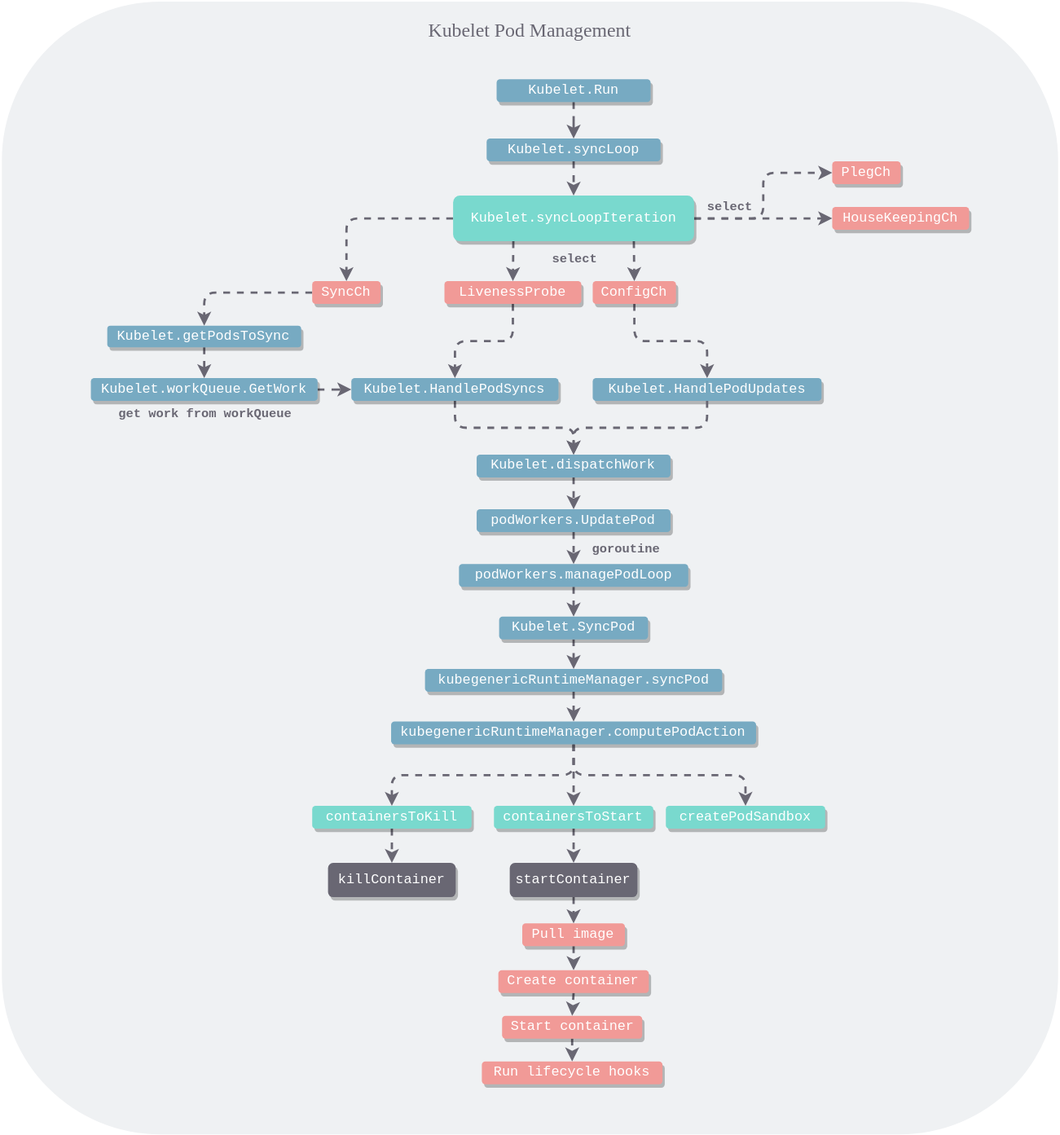
This is graphs/kubelet/kubelet.svg from Okabe-Rintarou-0/K8s-Source-Code-Structure, a draw.io export, as it was before one commit. Source tidied: cells renumbered, new cells last; positions are measured from the earlier drawing's top-left corner, leaving out a move shared by most shapes.
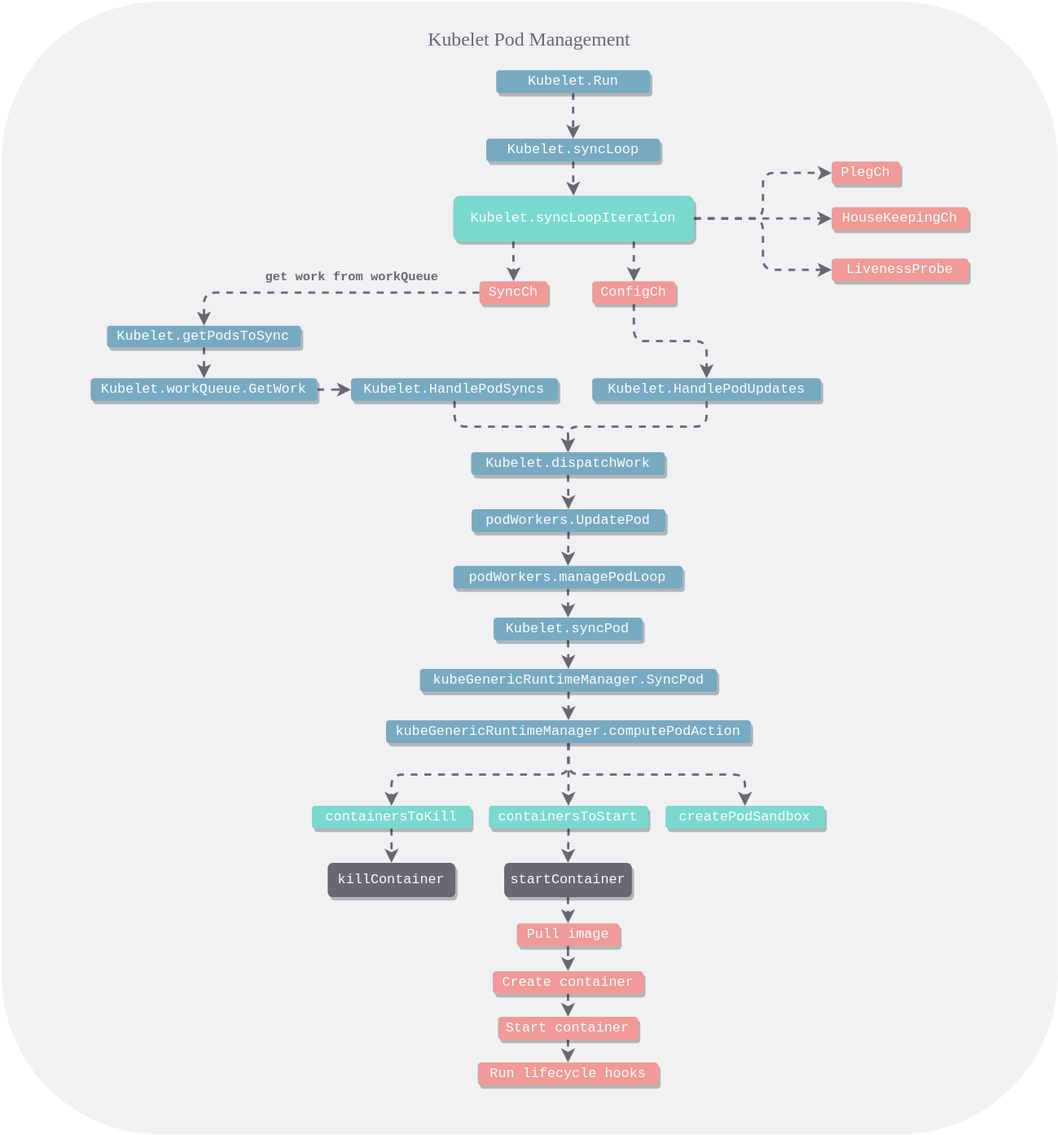
Later version of the same file.

Commit message:
fix: fix little problems of kubelet.svg

Diff of the diagram source:
```diff
@@ -6,13 +6,13 @@
       <mxGeometry width="926" height="993" as="geometry" />
     </mxCell>
     <mxCell id="3" value="&lt;font face=&quot;Comic Sans MS&quot; style=&quot;font-size: 17px&quot;&gt;&lt;font color=&quot;#696773&quot;&gt;Kubelet Pod Management&lt;/font&gt;&lt;br&gt;&lt;/font&gt;" style="text;html=1;strokeColor=none;fillColor=none;align=center;verticalAlign=middle;whiteSpace=wrap;rounded=0;" parent="1" vertex="1">
-      <mxGeometry x="353" y="16" width="220" height="20" as="geometry" />
+      <mxGeometry x="353" y="24" width="220" height="20" as="geometry" />
     </mxCell>
     <mxCell id="4" style="edgeStyle=orthogonalEdgeStyle;rounded=1;jettySize=auto;html=1;entryX=0.5;entryY=0;entryDx=0;entryDy=0;strokeColor=#696773;strokeWidth=2;dashed=1;" parent="1" edge="1" source="5" target="7">
       <mxGeometry relative="1" as="geometry" />
     </mxCell>
     <mxCell id="5" value="&lt;font color=&quot;#ffffff&quot; face=&quot;Courier New&quot;&gt;Kubelet.Run&lt;/font&gt;" style="rounded=1;whiteSpace=wrap;html=1;fillColor=#77aac2;strokeColor=none;shadow=1;glass=0;comic=0;gradientColor=none;fontFamily=Courier New;fontColor=#FFFFFF;" parent="1" vertex="1">
-      <mxGeometry x="433.7" y="68" width="135" height="20" as="geometry" />
+      <mxGeometry x="433.7" y="60" width="135" height="20" as="geometry" />
     </mxCell>
     <mxCell id="6" style="edgeStyle=orthogonalEdgeStyle;rounded=1;jettySize=auto;html=1;entryX=0.5;entryY=0;entryDx=0;entryDy=0;strokeColor=#696773;strokeWidth=2;dashed=1;" parent="1" edge="1" source="7" target="13">
       <mxGeometry relative="1" as="geometry" />
@@ -20,6 +20,9 @@
     <mxCell id="7" value="&lt;font color=&quot;#ffffff&quot; face=&quot;Courier New&quot;&gt;Kubelet.syncLoop&lt;/font&gt;" style="rounded=1;whiteSpace=wrap;html=1;fillColor=#77aac2;strokeColor=none;shadow=1;glass=0;comic=0;gradientColor=none;fontFamily=Courier New;fontColor=#FFFFFF;" parent="1" vertex="1">
       <mxGeometry x="425" y="120" width="152.5" height="20" as="geometry" />
     </mxCell>
+    <mxCell id="11" style="edgeStyle=orthogonalEdgeStyle;rounded=1;jettySize=auto;html=1;exitX=0.25;exitY=1;exitDx=0;exitDy=0;entryX=0.5;entryY=0;entryDx=0;entryDy=0;strokeColor=#696773;strokeWidth=2;dashed=1;" parent="1" edge="1" source="13" target="25">
+      <mxGeometry relative="1" as="geometry" />
+    </mxCell>
     <mxCell id="8" style="edgeStyle=orthogonalEdgeStyle;rounded=1;jettySize=auto;html=1;exitX=0.75;exitY=1;exitDx=0;exitDy=0;entryX=0.5;entryY=0;entryDx=0;entryDy=0;strokeColor=#696773;strokeWidth=2;dashed=1;" parent="1" edge="1" source="13" target="23">
       <mxGeometry relative="1" as="geometry" />
     </mxCell>
@@ -29,14 +32,11 @@
     <mxCell id="10" style="edgeStyle=orthogonalEdgeStyle;rounded=1;jettySize=auto;html=1;exitX=1;exitY=0.5;exitDx=0;exitDy=0;entryX=0;entryY=0.5;entryDx=0;entryDy=0;strokeColor=#696773;strokeWidth=2;dashed=1;" parent="1" edge="1" source="13" target="18">
       <mxGeometry relative="1" as="geometry" />
     </mxCell>
-    <mxCell id="11" style="edgeStyle=orthogonalEdgeStyle;rounded=1;jettySize=auto;html=1;exitX=0;exitY=0.5;exitDx=0;exitDy=0;entryX=0.5;entryY=0;entryDx=0;entryDy=0;strokeColor=#696773;strokeWidth=2;dashed=1;" parent="1" edge="1" source="13" target="25">
-      <mxGeometry relative="1" as="geometry" />
-    </mxCell>
-    <mxCell id="12" style="edgeStyle=orthogonalEdgeStyle;rounded=1;jettySize=auto;html=1;exitX=0.25;exitY=1;exitDx=0;exitDy=0;entryX=0.5;entryY=0;entryDx=0;entryDy=0;strokeColor=#696773;strokeWidth=2;dashed=1;" parent="1" edge="1" source="13" target="20">
+    <mxCell id="12" style="edgeStyle=orthogonalEdgeStyle;rounded=1;jettySize=auto;html=1;exitX=1;exitY=0.5;exitDx=0;exitDy=0;entryX=0;entryY=0.5;entryDx=0;entryDy=0;strokeColor=#696773;strokeWidth=2;dashed=1;" parent="1" edge="1" source="13" target="20">
       <mxGeometry relative="1" as="geometry" />
     </mxCell>
     <mxCell id="13" value="&lt;font color=&quot;#ffffff&quot; face=&quot;Courier New&quot;&gt;Kubelet.syncLoopIteration&lt;/font&gt;" style="rounded=1;whiteSpace=wrap;html=1;fillColor=#79d9ce;strokeColor=none;shadow=1;glass=0;comic=0;gradientColor=none;fontFamily=Courier New;fontColor=#FFFFFF;" parent="1" vertex="1">
-      <mxGeometry x="395.6" y="170" width="211.2" height="40" as="geometry" />
+      <mxGeometry x="396" y="170" width="211.2" height="40" as="geometry" />
     </mxCell>
     <mxCell id="14" value="&lt;font color=&quot;#ffffff&quot; face=&quot;Courier New&quot;&gt;Kubelet.HandlePodUpdates&lt;/font&gt;" style="rounded=1;whiteSpace=wrap;html=1;fillColor=#77aac2;strokeColor=none;shadow=1;glass=0;comic=0;gradientColor=none;fontFamily=Courier New;fontColor=#FFFFFF;" parent="1" vertex="1">
       <mxGeometry x="518" y="330" width="200.6" height="20" as="geometry" />
@@ -45,7 +45,7 @@
       <mxGeometry relative="1" as="geometry" />
     </mxCell>
     <mxCell id="16" value="&lt;font color=&quot;#ffffff&quot; face=&quot;Courier New&quot;&gt;Kubelet.dispatchWork&lt;/font&gt;" style="rounded=1;whiteSpace=wrap;html=1;fillColor=#77aac2;strokeColor=none;shadow=1;glass=0;comic=0;gradientColor=none;fontFamily=Courier New;fontColor=#FFFFFF;" parent="1" vertex="1">
-      <mxGeometry x="416.2" y="397" width="170" height="20" as="geometry" />
+      <mxGeometry x="411.7" y="395" width="170" height="20" as="geometry" />
     </mxCell>
     <mxCell id="17" style="edgeStyle=orthogonalEdgeStyle;rounded=1;jettySize=auto;html=1;strokeColor=#696773;strokeWidth=2;dashed=1;exitX=0.5;exitY=1;exitDx=0;exitDy=0;entryX=0.5;entryY=0;entryDx=0;entryDy=0;" parent="1" edge="1" source="14" target="16">
       <mxGeometry relative="1" as="geometry" />
@@ -53,11 +53,8 @@
     <mxCell id="18" value="PlegCh" style="rounded=1;whiteSpace=wrap;html=1;fillColor=#f19a97;strokeColor=none;shadow=1;glass=0;comic=0;gradientColor=none;fontFamily=Courier New;fontColor=#FFFFFF;" parent="1" vertex="1">
       <mxGeometry x="728" y="140" width="60" height="20" as="geometry" />
     </mxCell>
-    <mxCell id="19" style="edgeStyle=orthogonalEdgeStyle;rounded=1;jettySize=auto;html=1;exitX=0.5;exitY=1;exitDx=0;exitDy=0;entryX=0.5;entryY=0;entryDx=0;entryDy=0;strokeColor=#696773;strokeWidth=2;dashed=1;" parent="1" edge="1" source="20" target="35">
-      <mxGeometry relative="1" as="geometry" />
-    </mxCell>
     <mxCell id="20" value="LivenessProbe" style="rounded=1;whiteSpace=wrap;html=1;fillColor=#f19a97;strokeColor=none;shadow=1;glass=0;comic=0;gradientColor=none;fontFamily=Courier New;fontColor=#FFFFFF;" parent="1" vertex="1">
-      <mxGeometry x="388" y="245" width="120" height="20" as="geometry" />
+      <mxGeometry x="728" y="225" width="120" height="20" as="geometry" />
     </mxCell>
     <mxCell id="21" value="HouseKeepingCh" style="rounded=1;whiteSpace=wrap;html=1;fillColor=#f19a97;strokeColor=none;shadow=1;glass=0;comic=0;gradientColor=none;fontFamily=Courier New;fontColor=#FFFFFF;" parent="1" vertex="1">
       <mxGeometry x="728" y="180" width="120" height="20" as="geometry" />
@@ -72,19 +69,19 @@
       <mxGeometry relative="1" as="geometry" />
     </mxCell>
     <mxCell id="25" value="SyncCh" style="rounded=1;whiteSpace=wrap;html=1;fillColor=#f19a97;strokeColor=none;shadow=1;glass=0;comic=0;gradientColor=none;fontFamily=Courier New;fontColor=#FFFFFF;" parent="1" vertex="1">
-      <mxGeometry x="272.1" y="245" width="60" height="20" as="geometry" />
+      <mxGeometry x="419" y="245" width="60" height="20" as="geometry" />
     </mxCell>
     <mxCell id="26" style="edgeStyle=orthogonalEdgeStyle;rounded=1;jettySize=auto;html=1;exitX=0.5;exitY=1;exitDx=0;exitDy=0;entryX=0.5;entryY=0;entryDx=0;entryDy=0;strokeColor=#696773;strokeWidth=2;dashed=1;" parent="1" edge="1" source="27" target="29">
       <mxGeometry relative="1" as="geometry" />
     </mxCell>
     <mxCell id="27" value="podWorkers.UpdatePod" style="rounded=1;whiteSpace=wrap;html=1;fillColor=#77aac2;strokeColor=none;shadow=1;glass=0;comic=0;gradientColor=none;fontFamily=Courier New;fontColor=#FFFFFF;" parent="1" vertex="1">
-      <mxGeometry x="416.2" y="445" width="170" height="20" as="geometry" />
+      <mxGeometry x="412.1" y="445" width="170" height="20" as="geometry" />
     </mxCell>
     <mxCell id="28" style="edgeStyle=orthogonalEdgeStyle;rounded=1;jettySize=auto;html=1;exitX=0.5;exitY=1;exitDx=0;exitDy=0;entryX=0.5;entryY=0;entryDx=0;entryDy=0;strokeColor=#696773;strokeWidth=2;dashed=1;" parent="1" edge="1" source="29" target="37">
       <mxGeometry relative="1" as="geometry" />
     </mxCell>
     <mxCell id="29" value="podWorkers.managePodLoop" style="rounded=1;whiteSpace=wrap;html=1;fillColor=#77aac2;strokeColor=none;shadow=1;glass=0;comic=0;gradientColor=none;fontFamily=Courier New;fontColor=#FFFFFF;" parent="1" vertex="1">
-      <mxGeometry x="400.7" y="493" width="201" height="20" as="geometry" />
+      <mxGeometry x="396.2" y="494.5" width="201" height="20" as="geometry" />
     </mxCell>
     <mxCell id="30" style="edgeStyle=orthogonalEdgeStyle;rounded=1;jettySize=auto;html=1;exitX=0.5;exitY=1;exitDx=0;exitDy=0;entryX=0.5;entryY=0;entryDx=0;entryDy=0;strokeColor=#696773;strokeWidth=2;dashed=1;" parent="1" edge="1" source="31" target="33">
       <mxGeometry relative="1" as="geometry" />
@@ -107,14 +104,14 @@
     <mxCell id="36" style="edgeStyle=orthogonalEdgeStyle;rounded=1;jettySize=auto;html=1;exitX=0.5;exitY=1;exitDx=0;exitDy=0;entryX=0.5;entryY=0;entryDx=0;entryDy=0;strokeColor=#696773;strokeWidth=2;dashed=1;" parent="1" edge="1" source="37" target="39">
       <mxGeometry relative="1" as="geometry" />
     </mxCell>
-    <mxCell id="37" value="Kubelet.SyncPod" style="rounded=1;whiteSpace=wrap;html=1;fillColor=#77aac2;strokeColor=none;shadow=1;glass=0;comic=0;gradientColor=none;fontFamily=Courier New;fontColor=#FFFFFF;" parent="1" vertex="1">
-      <mxGeometry x="435.9" y="539" width="130.6" height="20" as="geometry" />
+    <mxCell id="37" value="Kubelet.syncPod" style="rounded=1;whiteSpace=wrap;html=1;fillColor=#77aac2;strokeColor=none;shadow=1;glass=0;comic=0;gradientColor=none;fontFamily=Courier New;fontColor=#FFFFFF;" parent="1" vertex="1">
+      <mxGeometry x="431.5" y="540" width="130.6" height="20" as="geometry" />
     </mxCell>
     <mxCell id="38" style="edgeStyle=orthogonalEdgeStyle;rounded=1;jettySize=auto;html=1;exitX=0.5;exitY=1;exitDx=0;exitDy=0;entryX=0.5;entryY=0;entryDx=0;entryDy=0;strokeColor=#696773;strokeWidth=2;dashed=1;" parent="1" edge="1" source="39" target="43">
       <mxGeometry relative="1" as="geometry" />
     </mxCell>
-    <mxCell id="39" value="kubegenericRuntimeManager.syncPod" style="rounded=1;whiteSpace=wrap;html=1;fillColor=#77aac2;strokeColor=none;shadow=1;glass=0;comic=0;gradientColor=none;fontFamily=Courier New;fontColor=#FFFFFF;" parent="1" vertex="1">
-      <mxGeometry x="370.9" y="585" width="260.6" height="20" as="geometry" />
+    <mxCell id="39" value="kubeGenericRuntimeManager.SyncPod" style="rounded=1;whiteSpace=wrap;html=1;fillColor=#77aac2;strokeColor=none;shadow=1;glass=0;comic=0;gradientColor=none;fontFamily=Courier New;fontColor=#FFFFFF;" parent="1" vertex="1">
+      <mxGeometry x="366.8" y="585" width="260.6" height="20" as="geometry" />
     </mxCell>
     <mxCell id="40" style="edgeStyle=orthogonalEdgeStyle;rounded=1;jettySize=auto;html=1;exitX=0.5;exitY=1;exitDx=0;exitDy=0;entryX=0.5;entryY=0;entryDx=0;entryDy=0;strokeColor=#696773;strokeWidth=2;dashed=1;" parent="1" edge="1" source="43" target="47">
       <mxGeometry relative="1" as="geometry" />
@@ -125,8 +122,8 @@
     <mxCell id="42" style="edgeStyle=orthogonalEdgeStyle;rounded=1;jettySize=auto;html=1;exitX=0.5;exitY=1;exitDx=0;exitDy=0;entryX=0.5;entryY=0;entryDx=0;entryDy=0;strokeColor=#696773;strokeWidth=2;dashed=1;" parent="1" edge="1" source="43" target="48">
       <mxGeometry relative="1" as="geometry" />
     </mxCell>
-    <mxCell id="43" value="kubegenericRuntimeManager.computePodAction" style="rounded=1;whiteSpace=wrap;html=1;fillColor=#77aac2;strokeColor=none;shadow=1;glass=0;comic=0;gradientColor=none;fontFamily=Courier New;fontColor=#FFFFFF;" parent="1" vertex="1">
-      <mxGeometry x="341.2" y="631" width="320" height="20" as="geometry" />
+    <mxCell id="43" value="kubeGenericRuntimeManager.computePodAction" style="rounded=1;whiteSpace=wrap;html=1;fillColor=#77aac2;strokeColor=none;shadow=1;glass=0;comic=0;gradientColor=none;fontFamily=Courier New;fontColor=#FFFFFF;" parent="1" vertex="1">
+      <mxGeometry x="337.1" y="630" width="320" height="20" as="geometry" />
     </mxCell>
     <mxCell id="44" style="edgeStyle=orthogonalEdgeStyle;rounded=1;jettySize=auto;html=1;exitX=0.5;exitY=1;exitDx=0;exitDy=0;entryX=0.5;entryY=0;entryDx=0;entryDy=0;strokeColor=#696773;strokeWidth=2;dashed=1;" parent="1" edge="1" source="45" target="49">
       <mxGeometry relative="1" as="geometry" />
@@ -138,7 +135,7 @@
       <mxGeometry relative="1" as="geometry" />
     </mxCell>
     <mxCell id="47" value="containersToStart" style="rounded=1;whiteSpace=wrap;html=1;fillColor=#79d9ce;strokeColor=none;shadow=1;glass=0;comic=0;gradientColor=none;fontFamily=Courier New;fontColor=#FFFFFF;" parent="1" vertex="1">
-      <mxGeometry x="431.4" y="705" width="139.7" height="20" as="geometry" />
+      <mxGeometry x="427.3" y="705" width="139.7" height="20" as="geometry" />
     </mxCell>
     <mxCell id="48" value="createPodSandbox" style="rounded=1;whiteSpace=wrap;html=1;fillColor=#79d9ce;strokeColor=none;shadow=1;glass=0;comic=0;gradientColor=none;fontFamily=Courier New;fontColor=#FFFFFF;" parent="1" vertex="1">
       <mxGeometry x="582.1" y="705" width="139.7" height="20" as="geometry" />
@@ -150,46 +147,31 @@
       <mxGeometry relative="1" as="geometry" />
     </mxCell>
     <mxCell id="51" value="startContainer" style="rounded=1;whiteSpace=wrap;html=1;fillColor=#696773;strokeColor=none;shadow=1;glass=0;comic=0;gradientColor=none;fontFamily=Courier New;fontColor=#FFFFFF;" parent="1" vertex="1">
-      <mxGeometry x="445.2" y="755" width="112" height="30" as="geometry" />
+      <mxGeometry x="440.8" y="755" width="112" height="30" as="geometry" />
     </mxCell>
-    <mxCell id="52" style="edgeStyle=orthogonalEdgeStyle;rounded=1;jettySize=auto;html=1;exitX=0.5;exitY=1;exitDx=0;exitDy=0;entryX=0.5;entryY=0;entryDx=0;entryDy=0;strokeColor=#696773;strokeWidth=2;dashed=1;" parent="1" edge="1" source="53" target="55">
+    <mxCell id="52" style="edgeStyle=orthogonalEdgeStyle;rounded=1;jettySize=auto;html=1;entryX=0.5;entryY=0;entryDx=0;entryDy=0;strokeColor=#696773;strokeWidth=2;dashed=1;" parent="1" edge="1" source="53" target="55">
       <mxGeometry relative="1" as="geometry" />
     </mxCell>
     <mxCell id="53" value="Pull image" style="rounded=1;whiteSpace=wrap;html=1;fillColor=#f19a97;strokeColor=none;shadow=1;glass=0;comic=0;gradientColor=none;fontFamily=Courier New;fontColor=#FFFFFF;" parent="1" vertex="1">
-      <mxGeometry x="456.2" y="808" width="90" height="20" as="geometry" />
+      <mxGeometry x="451.7" y="808" width="90" height="20" as="geometry" />
     </mxCell>
     <mxCell id="54" style="edgeStyle=orthogonalEdgeStyle;rounded=1;jettySize=auto;html=1;exitX=0.5;exitY=1;exitDx=0;exitDy=0;entryX=0.5;entryY=0;entryDx=0;entryDy=0;strokeColor=#696773;strokeWidth=2;dashed=1;" parent="1" edge="1" source="55" target="57">
       <mxGeometry relative="1" as="geometry" />
     </mxCell>
     <mxCell id="55" value="Create container" style="rounded=1;whiteSpace=wrap;html=1;fillColor=#f19a97;strokeColor=none;shadow=1;glass=0;comic=0;gradientColor=none;fontFamily=Courier New;fontColor=#FFFFFF;" parent="1" vertex="1">
-      <mxGeometry x="435.3" y="849" width="131.9" height="20" as="geometry" />
+      <mxGeometry x="430.8" y="850" width="131.9" height="20" as="geometry" />
     </mxCell>
     <mxCell id="56" style="edgeStyle=orthogonalEdgeStyle;rounded=1;jettySize=auto;html=1;exitX=0.5;exitY=1;exitDx=0;exitDy=0;entryX=0.5;entryY=0;entryDx=0;entryDy=0;strokeColor=#696773;strokeWidth=2;dashed=1;" parent="1" edge="1" source="57" target="58">
       <mxGeometry relative="1" as="geometry" />
     </mxCell>
     <mxCell id="57" value="Start container" style="rounded=1;whiteSpace=wrap;html=1;fillColor=#f19a97;strokeColor=none;shadow=1;glass=0;comic=0;gradientColor=none;fontFamily=Courier New;fontColor=#FFFFFF;" parent="1" vertex="1">
-      <mxGeometry x="438.5" y="889" width="122.9" height="20" as="geometry" />
+      <mxGeometry x="435.3" y="890" width="122.9" height="20" as="geometry" />
     </mxCell>
     <mxCell id="58" value="Run lifecycle hooks" style="rounded=1;whiteSpace=wrap;html=1;fillColor=#f19a97;strokeColor=none;shadow=1;glass=0;comic=0;gradientColor=none;fontFamily=Courier New;fontColor=#FFFFFF;" parent="1" vertex="1">
-      <mxGeometry x="420.8" y="929" width="158.4" height="20" as="geometry" />
+      <mxGeometry x="417.6" y="930" width="158.4" height="20" as="geometry" />
     </mxCell>
     <mxCell id="59" value="&lt;font color=&quot;#696773&quot;&gt;&lt;b&gt;get work from workQueue&lt;/b&gt;&lt;/font&gt;" style="edgeLabel;html=1;align=center;verticalAlign=middle;fontFamily=Courier New;fontColor=#FFFFFF;labelBackgroundColor=none;" parent="1" vertex="1">
-      <mxGeometry x="177.4" y="361" as="geometry" />
+      <mxGeometry x="306.4" y="241" as="geometry" />
     </mxCell>
-    <mxCell id="60" value="&lt;font color=&quot;#696773&quot;&gt;&lt;b&gt;select&lt;/b&gt;&lt;/font&gt;" style="edgeLabel;html=1;align=center;verticalAlign=middle;fontFamily=Courier New;fontColor=#FFFFFF;labelBackgroundColor=none;" parent="1" vertex="1">
-      <mxGeometry x="631" y="186" as="geometry">
-        <mxPoint x="6" y="-7" as="offset" />
-      </mxGeometry>
-    </mxCell>
-    <mxCell id="61" value="&lt;font color=&quot;#696773&quot;&gt;&lt;b&gt;select&lt;/b&gt;&lt;/font&gt;" style="edgeLabel;html=1;align=center;verticalAlign=middle;fontFamily=Courier New;fontColor=#FFFFFF;labelBackgroundColor=none;" parent="1" vertex="1">
-      <mxGeometry x="495" y="232" as="geometry">
-        <mxPoint x="6" y="-7" as="offset" />
-      </mxGeometry>
-    </mxCell>
-    <mxCell id="62" value="&lt;font color=&quot;#696773&quot;&gt;&lt;b&gt;goroutine&lt;/b&gt;&lt;/font&gt;" style="edgeLabel;html=1;align=center;verticalAlign=middle;fontFamily=Courier New;fontColor=#FFFFFF;labelBackgroundColor=none;" parent="1" vertex="1">
-      <mxGeometry x="540" y="487" as="geometry">
-        <mxPoint x="6" y="-8" as="offset" />
-      </mxGeometry>
-    </mxCell>
   </root>
 </mxGraphModel>
```
